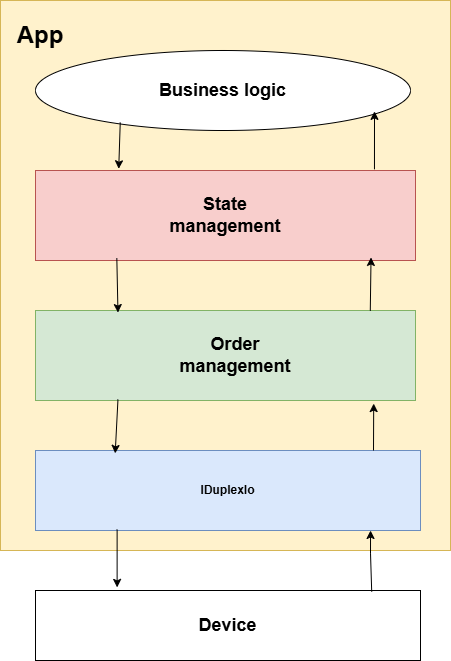
This is images/NetworkCommunication.png from Bodoconsult/Bodoconsult.NetworkCommunication, a draw.io export, as it was before one commit. Source tidied: cells renumbered, new cells last; positions are measured from the earlier drawing's top-left corner, leaving out a move shared by most shapes.
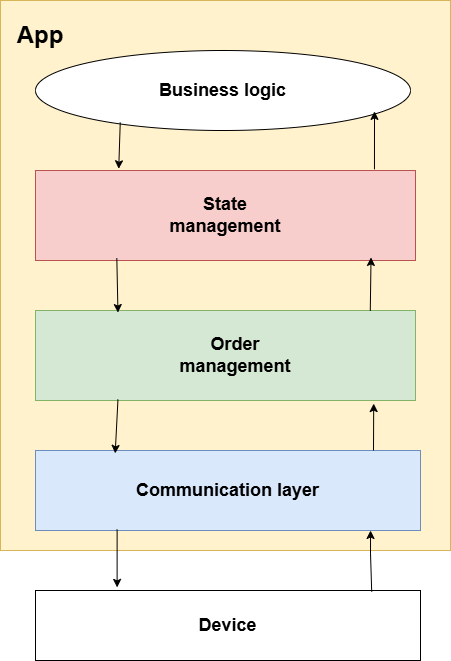
The same file after the commit.

Diff of the diagram source:
```diff
@@ -11,7 +11,7 @@
     <mxCell id="4" value="Device" style="rounded=0;whiteSpace=wrap;html=1;fontStyle=1;fontSize=18;" parent="1" vertex="1">
       <mxGeometry x="35" y="590" width="385" height="70" as="geometry" />
     </mxCell>
-    <mxCell id="5" value="IDuplexIo" style="rounded=0;whiteSpace=wrap;html=1;fontStyle=1;fillColor=#dae8fc;strokeColor=#6c8ebf;" parent="1" vertex="1">
+    <mxCell id="5" value="Communication layer" style="rounded=0;whiteSpace=wrap;html=1;fontStyle=1;fillColor=#dae8fc;strokeColor=#6c8ebf;fontSize=18;" parent="1" vertex="1">
       <mxGeometry x="35" y="450" width="385" height="80" as="geometry" />
     </mxCell>
     <mxCell id="6" style="endArrow=classic;html=1;rounded=0;exitX=0.212;exitY=0.989;exitDx=0;exitDy=0;exitPerimeter=0;entryX=0.212;entryY=-0.044;entryDx=0;entryDy=0;entryPerimeter=0;" parent="1" edge="1" source="5" target="4">
```
